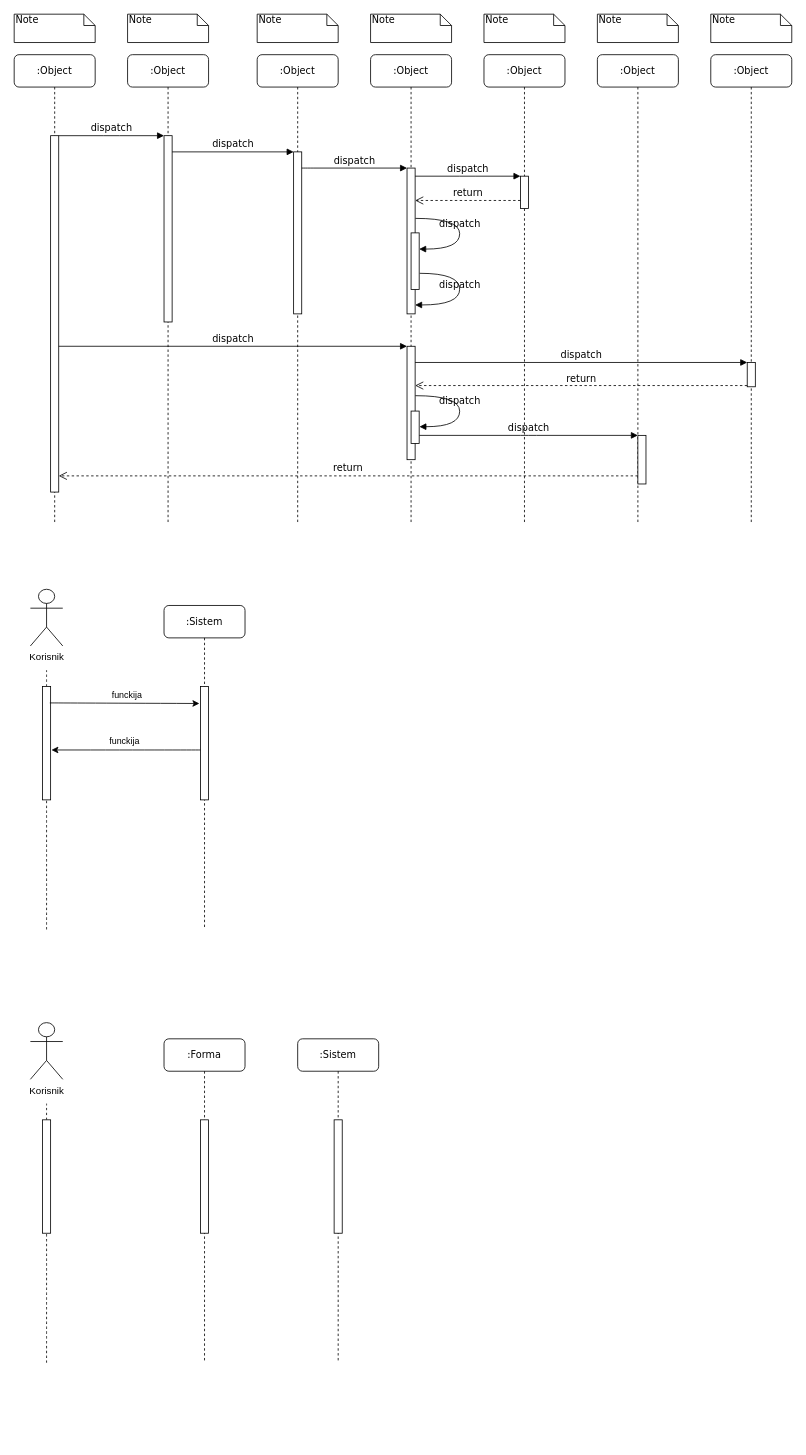
Earlier version of the draw.io diagram folder/Untitled Diagram.drawio (mata998/drawio). Source tidied: cells renumbered, new cells numbered last; positions are measured from the earlier drawing's top-left corner, leaving out a move shared by most shapes. Both pictures are drawn from the tidied source at 81%, with x=0, y=0 at pixel (14, 14).
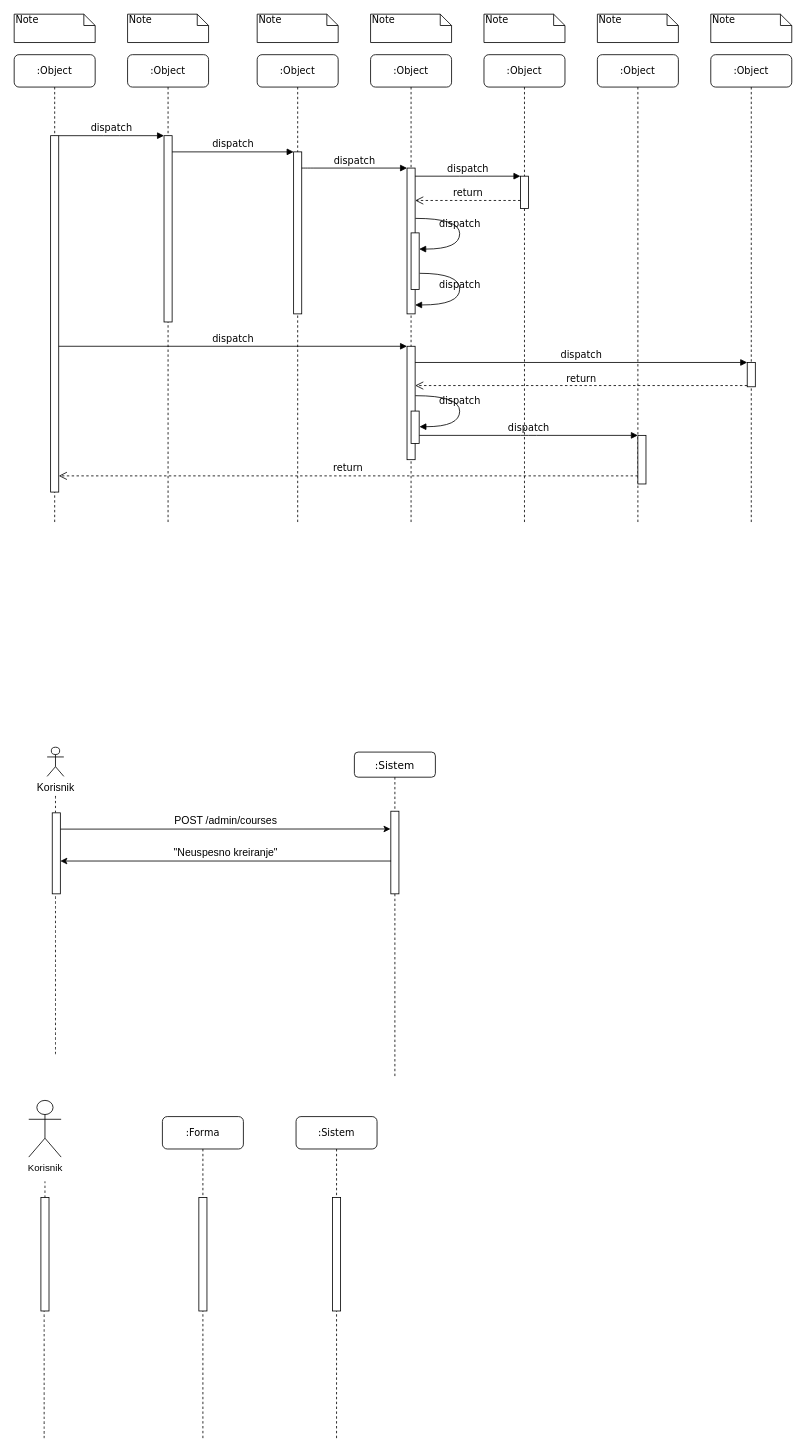
The same diagram, later.

Commit message:
Idemoo rad

What changed in the source:
```diff
@@
-    <mxCell id="39" value="Korisnik" style="shape=umlActor;verticalLabelPosition=bottom;verticalAlign=top;html=1;" parent="1" vertex="1">
-      <mxGeometry x="20" y="710" width="40" height="70" as="geometry" />
+    <mxCell id="39" value="&lt;font style=&quot;font-size: 13px;&quot;&gt;Korisnik&lt;/font&gt;" style="shape=umlActor;verticalLabelPosition=bottom;verticalAlign=top;html=1;" parent="1" vertex="1">
+      <mxGeometry x="40.7" y="905" width="20.6" height="36" as="geometry" />
     </mxCell>
     <mxCell id="40" style="endArrow=none;dashed=1;html=1;curved=1;startArrow=none;" parent="1" edge="1" source="43">
       <mxGeometry relative="1" as="geometry">
-        <mxPoint x="40" y="810" as="targetPoint" />
+        <mxPoint x="51" y="964" as="targetPoint" />
       </mxGeometry>
     </mxCell>
-    <mxCell id="41" value=":Sistem" style="shape=umlLifeline;perimeter=lifelinePerimeter;whiteSpace=wrap;html=1;rounded=1;shadow=0;comic=0;labelBackgroundColor=none;strokeWidth=1;fontFamily=Verdana;fontSize=12;align=center;" parent="1" vertex="1">
-      <mxGeometry x="185" y="730" width="100" height="400" as="geometry" />
+    <mxCell id="41" value=":Sistem" style="shape=umlLifeline;perimeter=lifelinePerimeter;whiteSpace=wrap;html=1;rounded=1;shadow=0;comic=0;labelBackgroundColor=none;strokeWidth=1;fontFamily=Verdana;fontSize=13;align=center;size=31;" parent="1" vertex="1">
+      <mxGeometry x="420" y="911" width="100" height="400" as="geometry" />
     </mxCell>
     <mxCell id="42" style="html=1;points=[];perimeter=orthogonalPerimeter;rounded=0;shadow=0;comic=0;labelBackgroundColor=none;strokeWidth=1;fontFamily=Verdana;fontSize=12;align=center;" parent="41" vertex="1">
-      <mxGeometry x="45" y="100" width="10" height="140" as="geometry" />
+      <mxGeometry x="45" y="73" width="10" height="102" as="geometry" />
     </mxCell>
     <mxCell id="43" style="html=1;points=[];perimeter=orthogonalPerimeter;rounded=0;shadow=0;comic=0;labelBackgroundColor=none;strokeWidth=1;fontFamily=Verdana;fontSize=12;align=center;" parent="1" vertex="1">
-      <mxGeometry x="35" y="830" width="10" height="140" as="geometry" />
+      <mxGeometry x="47" y="986" width="10" height="100" as="geometry" />
     </mxCell>
     <mxCell id="44" style="endArrow=none;dashed=1;html=1;curved=1;" parent="1" edge="1" target="43">
       <mxGeometry relative="1" as="geometry">
-        <mxPoint x="40" y="1130" as="sourcePoint" />
+        <mxPoint x="51" y="1284" as="sourcePoint" />
       </mxGeometry>
     </mxCell>
     <mxCell id="45" value="Korisnik" style="shape=umlActor;verticalLabelPosition=bottom;verticalAlign=top;html=1;" parent="1" vertex="1">
-      <mxGeometry x="20" y="1245" width="40" height="70" as="geometry" />
+      <mxGeometry x="18" y="1341" width="40" height="70" as="geometry" />
     </mxCell>
     <mxCell id="46" style="endArrow=none;dashed=1;html=1;curved=1;startArrow=none;" parent="1" edge="1" source="49">
       <mxGeometry relative="1" as="geometry">
-        <mxPoint x="40" y="1345" as="targetPoint" />
+        <mxPoint x="38" y="1441" as="targetPoint" />
       </mxGeometry>
     </mxCell>
     <mxCell id="47" value=":Forma" style="shape=umlLifeline;perimeter=lifelinePerimeter;whiteSpace=wrap;html=1;rounded=1;shadow=0;comic=0;labelBackgroundColor=none;strokeWidth=1;fontFamily=Verdana;fontSize=12;align=center;" parent="1" vertex="1">
-      <mxGeometry x="185" y="1265" width="100" height="400" as="geometry" />
+      <mxGeometry x="183" y="1361" width="100" height="400" as="geometry" />
     </mxCell>
@@
     <mxCell id="49" style="html=1;points=[];perimeter=orthogonalPerimeter;rounded=0;shadow=0;comic=0;labelBackgroundColor=none;strokeWidth=1;fontFamily=Verdana;fontSize=12;align=center;" parent="1" vertex="1">
-      <mxGeometry x="35" y="1365" width="10" height="140" as="geometry" />
+      <mxGeometry x="33" y="1461" width="10" height="140" as="geometry" />
     </mxCell>
     <mxCell id="50" style="endArrow=none;dashed=1;html=1;curved=1;" parent="1" edge="1" target="49">
       <mxGeometry relative="1" as="geometry">
-        <mxPoint x="40" y="1665" as="sourcePoint" />
+        <mxPoint x="37" y="1758" as="sourcePoint" />
       </mxGeometry>
     </mxCell>
     <mxCell id="51" value=":Sistem" style="shape=umlLifeline;perimeter=lifelinePerimeter;whiteSpace=wrap;html=1;rounded=1;shadow=0;comic=0;labelBackgroundColor=none;strokeWidth=1;fontFamily=Verdana;fontSize=12;align=center;" parent="1" vertex="1">
-      <mxGeometry x="350" y="1265" width="100" height="400" as="geometry" />
+      <mxGeometry x="348" y="1361" width="100" height="400" as="geometry" />
     </mxCell>
@@
-    <mxCell id="53" value="funckija&lt;br&gt;" style="endArrow=classic;html=1;curved=1;exitX=0.9;exitY=0.145;exitDx=0;exitDy=0;exitPerimeter=0;entryX=-0.133;entryY=0.15;entryDx=0;entryDy=0;entryPerimeter=0;" parent="1" edge="1" source="43" target="42">
-      <mxGeometry x="0.03" y="10" relative="1" as="geometry" />
+    <mxCell id="53" value="POST /admin/courses" style="endArrow=classic;html=1;rounded=0;fontSize=13;exitX=1.023;exitY=0.201;exitDx=0;exitDy=0;exitPerimeter=0;verticalAlign=bottom;entryX=-0.042;entryY=0.215;entryDx=0;entryDy=0;entryPerimeter=0;" parent="1" edge="1" source="43" target="42">
+      <mxGeometry relative="1" as="geometry" />
     </mxCell>
-    <mxCell id="54" value="funckija&lt;br&gt;" style="endArrow=classic;html=1;curved=1;entryX=1.1;entryY=0.56;entryDx=0;entryDy=0;entryPerimeter=0;exitX=0;exitY=0.56;exitDx=0;exitDy=0;exitPerimeter=0;" parent="1" edge="1" source="42" target="43">
-      <mxGeometry x="0.02" y="-10" relative="1" as="geometry" />
-    </mxCell>
+    <mxCell id="55" value="&quot;Neuspesno kreiranje&quot;" style="endArrow=classic;html=1;rounded=0;fontSize=13;exitX=0.027;exitY=0.382;exitDx=0;exitDy=0;exitPerimeter=0;verticalAlign=bottom;" parent="1" edge="1">
+      <mxGeometry relative="1" as="geometry">
+        <mxPoint x="465.3" y="1045.5" as="sourcePoint" />
+        <mxPoint x="57" y="1045.5" as="targetPoint" />
+      </mxGeometry>
+    </mxCell>
```
